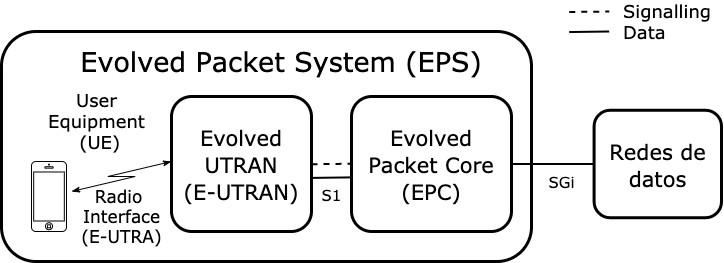
The draw.io diagram img/eps.png in xxliu95/TFM, before a commit. Source tidied: cells renumbered, new cells last; positions are measured from the earlier drawing's top-left corner, leaving out a move shared by most shapes.
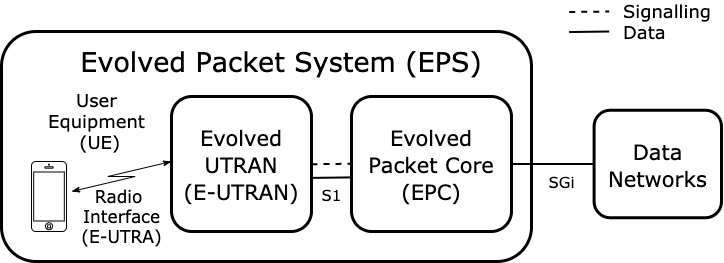
The same diagram one commit later.

Change to the diagram source:
```diff
@@ -56,7 +56,7 @@
     <mxCell id="15" style="endArrow=none;html=1;rounded=0;fontFamily=Verdana;fontSize=11;fontColor=#FF3232;strokeColor=#030101;strokeWidth=2;entryX=0;entryY=0.5;entryDx=0;entryDy=0;exitX=1;exitY=0.5;exitDx=0;exitDy=0;" parent="1" edge="1" source="7" target="16">
       <mxGeometry relative="1" as="geometry" />
     </mxCell>
-    <mxCell id="16" value="&lt;font style=&quot;font-size: 21px&quot;&gt;&lt;font style=&quot;font-size: 21px&quot;&gt;Redes de datos&lt;/font&gt;&lt;br&gt;&lt;/font&gt;" style="rounded=1;whiteSpace=wrap;html=1;fontFamily=Verdana;fontSize=23;strokeWidth=3;" parent="1" vertex="1">
+    <mxCell id="16" value="&lt;font style=&quot;font-size: 21px&quot;&gt;&lt;font style=&quot;font-size: 21px&quot;&gt;Data&lt;br&gt;&lt;/font&gt;Networks&lt;br&gt;&lt;/font&gt;" style="rounded=1;whiteSpace=wrap;html=1;fontFamily=Verdana;fontSize=23;strokeWidth=3;" parent="1" vertex="1">
       <mxGeometry x="592.6" y="108.8" width="127.4" height="107.5" as="geometry" />
     </mxCell>
     <mxCell id="17" style="endArrow=none;html=1;rounded=0;fontFamily=Verdana;fontSize=11;fontColor=#FF3232;strokeColor=#030101;strokeWidth=2;entryX=0.005;entryY=0.599;entryDx=0;entryDy=0;entryPerimeter=0;exitX=1.006;exitY=0.603;exitDx=0;exitDy=0;exitPerimeter=0;" parent="1" edge="1">
```
